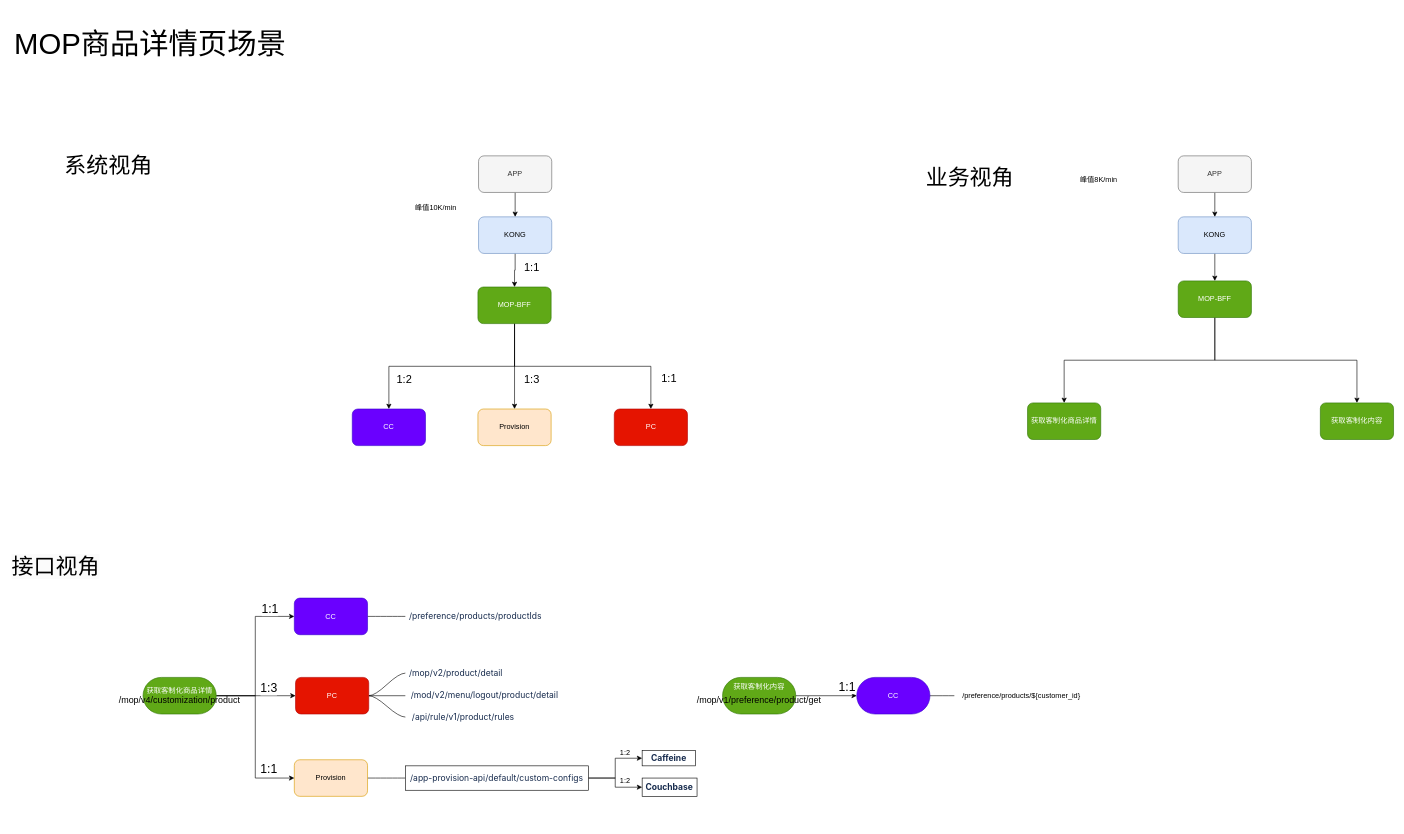
The draw.io diagram Mop商品详情页场景-5.drawio in alexzhang2015/bomb_disposal_business_logical, before the edit. Source tidied: cells renumbered, new cells numbered last; positions are measured from the earlier drawing's top-left corner, leaving out a move shared by most shapes. Both pictures are drawn from the tidied source at 61%, with x=0, y=0 at pixel (10, 10).
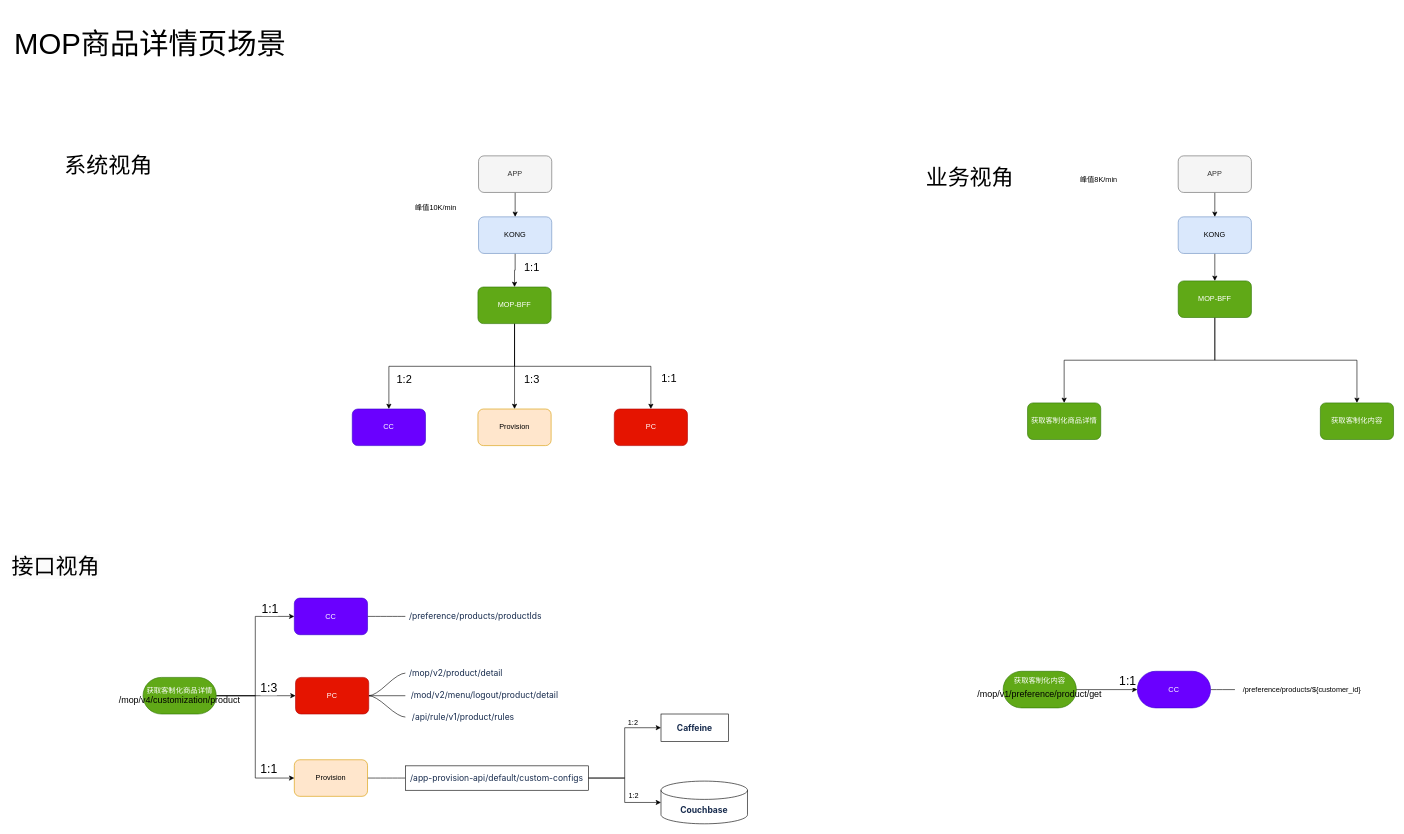
After the change.

Commit message:
更新Mop商品详情页场景-5.drawio

Unchanged cells that the change refers to:
```xml
<mxCell id="59" value="&lt;span style=&quot;color: rgb(23, 43, 77); font-family: -apple-system, system-ui, &amp;quot;Segoe UI&amp;quot;, Roboto, Oxygen, Ubuntu, &amp;quot;Fira Sans&amp;quot;, &amp;quot;Droid Sans&amp;quot;, &amp;quot;Helvetica Neue&amp;quot;, sans-serif; font-size: 14px; text-align: left; background-color: rgb(255, 255, 255);&quot;&gt;/app-provision-api/default/custom-configs&lt;/span&gt;" style="whiteSpace=wrap;html=1;" parent="1" vertex="1">
  <mxGeometry x="648" y="1238" width="300" height="40" as="geometry" />
</mxCell>
```

Change to the diagram source:
```diff
@@
     <mxCell id="48" value="获取客制化内容&lt;br&gt;&lt;div style=&quot;color: rgb(0, 0, 0); font-size: medium; text-align: start;&quot;&gt;&lt;/div&gt;&lt;div style=&quot;color: rgb(0, 0, 0); font-size: medium; text-align: start;&quot; class=&quot;document&quot;&gt;&lt;div class=&quot;section&quot;&gt;&lt;p style=&quot;margin: 3pt 0pt; font-family: 等线; font-size: 12pt; line-height: 20.8px;&quot; class=&quot;paragraph text-align-type-left&quot;&gt;&lt;span style=&quot;font-size: 11pt; letter-spacing: 0pt; vertical-align: baseline;&quot;&gt;/mop/v1/preference/product/get&lt;/span&gt;&lt;/p&gt;&lt;/div&gt;&lt;/div&gt;" style="whiteSpace=wrap;html=1;rounded=1;arcSize=50;align=center;verticalAlign=middle;strokeWidth=1;spacing=4;newEdgeStyle={&quot;edgeStyle&quot;:&quot;entityRelationEdgeStyle&quot;,&quot;startArrow&quot;:&quot;none&quot;,&quot;endArrow&quot;:&quot;none&quot;,&quot;segment&quot;:10,&quot;curved&quot;:1,&quot;sourcePerimeterSpacing&quot;:0,&quot;targetPerimeterSpacing&quot;:0};strokeColor=#2D7600;fontFamily=Helvetica;fontSize=12;fontColor=#ffffff;fillColor=#60a917;" parent="1" vertex="1">
-      <mxGeometry x="1168" y="1093" width="120" height="60" as="geometry" />
+      <mxGeometry x="1628" y="1083" width="120" height="60" as="geometry" />
     </mxCell>
@@
     <mxCell id="50" value="CC" style="whiteSpace=wrap;html=1;rounded=1;arcSize=50;align=center;verticalAlign=middle;strokeWidth=1;spacing=4;newEdgeStyle={&quot;edgeStyle&quot;:&quot;entityRelationEdgeStyle&quot;,&quot;startArrow&quot;:&quot;none&quot;,&quot;endArrow&quot;:&quot;none&quot;,&quot;segment&quot;:10,&quot;curved&quot;:1,&quot;sourcePerimeterSpacing&quot;:0,&quot;targetPerimeterSpacing&quot;:0};strokeColor=#3700CC;fontFamily=Helvetica;fontSize=12;fontColor=#ffffff;fillColor=#6a00ff;" parent="1" vertex="1">
-      <mxGeometry x="1388" y="1093" width="120" height="60" as="geometry" />
+      <mxGeometry x="1848" y="1083" width="120" height="60" as="geometry" />
     </mxCell>
     <mxCell id="51" value="&lt;font color=&quot;#000000&quot;&gt;/preference/products/${customer_id}&lt;/font&gt;" style="text;html=1;align=center;verticalAlign=middle;whiteSpace=wrap;rounded=0;fontFamily=Helvetica;fontSize=12;fontColor=#ffffff;" parent="1" vertex="1">
-      <mxGeometry x="1548" y="1108" width="220" height="30" as="geometry" />
+      <mxGeometry x="2008" y="1098" width="220" height="30" as="geometry" />
     </mxCell>
@@
-    <mxCell id="58" style="edgeStyle=orthogonalEdgeStyle;rounded=0;jettySize=auto;html=1;exitX=1;exitY=0.5;exitDx=0;exitDy=0;entryX=0;entryY=0.5;entryDx=0;entryDy=0;" parent="1" edge="1" source="59" target="61">
-      <mxGeometry relative="1" as="geometry" />
-    </mxCell>
@@
     <mxCell id="60" value="&lt;span style=&quot;color: rgb(23, 43, 77); font-family: -apple-system, BlinkMacSystemFont, &amp;quot;Segoe UI&amp;quot;, Roboto, Oxygen, Ubuntu, &amp;quot;Fira Sans&amp;quot;, &amp;quot;Droid Sans&amp;quot;, &amp;quot;Helvetica Neue&amp;quot;, sans-serif; font-size: 14px; font-weight: 700; text-align: left; background-color: rgb(255, 255, 255);&quot;&gt;Caffeine&lt;/span&gt;" style="whiteSpace=wrap;html=1;" parent="1" vertex="1">
-      <mxGeometry x="1036.2" y="1213" width="87.5" height="25" as="geometry" />
+      <mxGeometry x="1067.1" y="1153" width="110.9" height="45" as="geometry" />
     </mxCell>
-    <mxCell id="61" value="&lt;span style=&quot;color: rgb(23, 43, 77); font-family: -apple-system, BlinkMacSystemFont, &amp;quot;Segoe UI&amp;quot;, Roboto, Oxygen, Ubuntu, &amp;quot;Fira Sans&amp;quot;, &amp;quot;Droid Sans&amp;quot;, &amp;quot;Helvetica Neue&amp;quot;, sans-serif; font-size: 14px; font-weight: 700; text-align: left; background-color: rgb(255, 255, 255);&quot;&gt;Couchbase&lt;/span&gt;" style="whiteSpace=wrap;html=1;" parent="1" vertex="1">
-      <mxGeometry x="1036.2" y="1258" width="90" height="30" as="geometry" />
-    </mxCell>
     <mxCell id="62" value="1:2" style="text;html=1;align=center;verticalAlign=middle;strokeColor=none;fillColor=none;" parent="1" vertex="1">
-      <mxGeometry x="988" y="1201" width="40" height="30" as="geometry" />
+      <mxGeometry x="1001" y="1152" width="40" height="30" as="geometry" />
     </mxCell>
     <mxCell id="63" value="1:2" style="text;html=1;align=center;verticalAlign=middle;strokeColor=none;fillColor=none;" parent="1" vertex="1">
-      <mxGeometry x="988" y="1248" width="40" height="30" as="geometry" />
+      <mxGeometry x="1002" y="1273" width="40" height="30" as="geometry" />
     </mxCell>
+    <mxCell id="61" value="&lt;span style=&quot;color: rgb(23, 43, 77); font-family: -apple-system, &amp;quot;system-ui&amp;quot;, &amp;quot;Segoe UI&amp;quot;, Roboto, Oxygen, Ubuntu, &amp;quot;Fira Sans&amp;quot;, &amp;quot;Droid Sans&amp;quot;, &amp;quot;Helvetica Neue&amp;quot;, sans-serif; font-size: 14px; font-weight: 700; text-align: left; background-color: rgb(255, 255, 255);&quot;&gt;Couchbase&lt;/span&gt;" style="shape=cylinder3;whiteSpace=wrap;html=1;boundedLbl=1;backgroundOutline=1;size=15;" parent="1" vertex="1">
+      <mxGeometry x="1067.1" y="1263" width="141.8" height="70" as="geometry" />
+    </mxCell>
+    <mxCell id="58" style="edgeStyle=orthogonalEdgeStyle;rounded=0;jettySize=auto;html=1;exitX=1;exitY=0.5;exitDx=0;exitDy=0;entryX=0;entryY=0.5;entryDx=0;entryDy=0;entryPerimeter=0;" parent="1" edge="1" source="59" target="61">
+      <mxGeometry relative="1" as="geometry" />
+    </mxCell>
```
